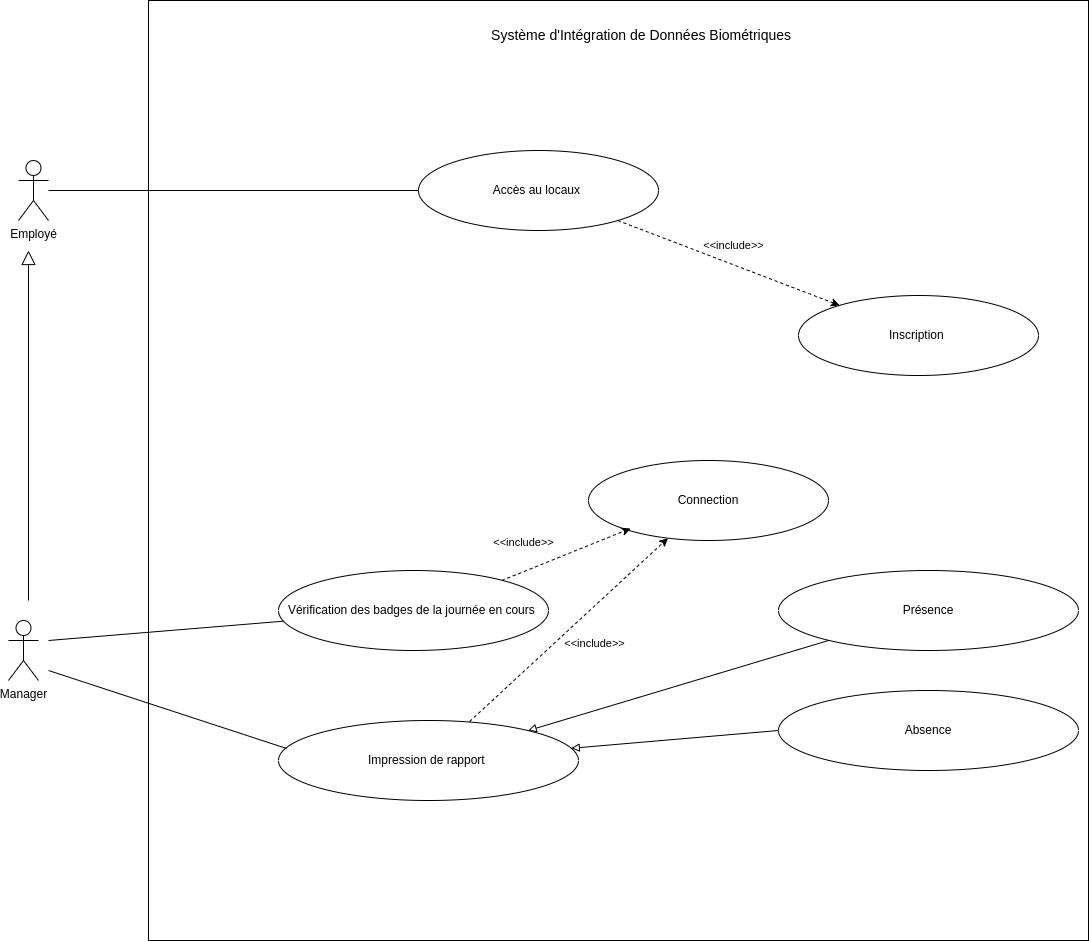
Earlier version of the draw.io export static/Diagramme de cas d'utilisation.drawio.png (Siluearsene/borne_biometrique). Source tidied: cells renumbered, new cells last; positions are measured from the earlier drawing's top-left corner, leaving out a move shared by most shapes. Source of this version:
```xml
<mxGraphModel>
  <root>
    <mxCell id="0" />
    <mxCell id="1" parent="0" />
    <mxCell id="2" value="Employé" style="shape=umlActor;verticalLabelPosition=bottom;verticalAlign=top;html=1;outlineConnect=0;" parent="1" vertex="1">
      <mxGeometry x="10" y="160" width="30" height="60" as="geometry" />
    </mxCell>
    <mxCell id="3" value="Manager" style="shape=umlActor;verticalLabelPosition=bottom;verticalAlign=top;html=1;" parent="1" vertex="1">
      <mxGeometry y="620" width="30" height="60" as="geometry" />
    </mxCell>
    <mxCell id="4" style="endArrow=block;endFill=0;endSize=12;html=1;rounded=0;" parent="1" edge="1">
      <mxGeometry relative="1" as="geometry">
        <mxPoint x="20" y="600" as="sourcePoint" />
        <mxPoint x="20" y="250" as="targetPoint" />
      </mxGeometry>
    </mxCell>
    <mxCell id="5" style="whiteSpace=wrap;html=1;" parent="1" vertex="1">
      <mxGeometry x="140" width="940" height="940" as="geometry" />
    </mxCell>
    <mxCell id="6" value="&lt;font style=&quot;font-size: 14px;&quot;&gt;Système d'Intégration de Données Biométriques&amp;nbsp;&lt;/font&gt;" style="text;html=1;strokeColor=none;fillColor=none;align=center;verticalAlign=middle;whiteSpace=wrap;rounded=0;" parent="1" vertex="1">
      <mxGeometry x="400" y="20" width="470" height="30" as="geometry" />
    </mxCell>
    <mxCell id="7" value="Accès au locaux&amp;nbsp;" style="ellipse;whiteSpace=wrap;html=1;" parent="1" vertex="1">
      <mxGeometry x="410" y="150" width="240" height="80" as="geometry" />
    </mxCell>
    <mxCell id="8" value="Connection" style="ellipse;whiteSpace=wrap;html=1;" parent="1" vertex="1">
      <mxGeometry x="580" y="460" width="240" height="80" as="geometry" />
    </mxCell>
    <mxCell id="9" value="Vérification des badges de la journée en cours&amp;nbsp;" style="ellipse;whiteSpace=wrap;html=1;" parent="1" vertex="1">
      <mxGeometry x="270" y="570" width="270" height="80" as="geometry" />
    </mxCell>
    <mxCell id="10" value="Présence" style="ellipse;whiteSpace=wrap;html=1;" parent="1" vertex="1">
      <mxGeometry x="770" y="570" width="300" height="80" as="geometry" />
    </mxCell>
    <mxCell id="11" value="Impression de rapport&amp;nbsp;" style="ellipse;whiteSpace=wrap;html=1;" parent="1" vertex="1">
      <mxGeometry x="270" y="720" width="300" height="80" as="geometry" />
    </mxCell>
    <mxCell id="12" value="Absence" style="ellipse;whiteSpace=wrap;html=1;" parent="1" vertex="1">
      <mxGeometry x="770" y="690" width="300" height="80" as="geometry" />
    </mxCell>
    <mxCell id="13" style="endArrow=block;html=1;rounded=0;endFill=0;exitX=0;exitY=0.5;exitDx=0;exitDy=0;" parent="1" edge="1" source="12" target="11">
      <mxGeometry relative="1" as="geometry" />
    </mxCell>
    <mxCell id="14" style="endArrow=block;html=1;rounded=0;endFill=0;" parent="1" edge="1" source="10" target="11">
      <mxGeometry relative="1" as="geometry" />
    </mxCell>
    <mxCell id="15" style="endArrow=classic;html=1;rounded=0;dashed=1;exitX=0.637;exitY=0.013;exitDx=0;exitDy=0;exitPerimeter=0;" parent="1" edge="1" source="11" target="8">
      <mxGeometry relative="1" as="geometry" />
    </mxCell>
    <mxCell id="16" value="&lt;font style=&quot;font-size: 11px;&quot;&gt;&amp;lt;&amp;lt;include&amp;gt;&lt;/font&gt;&amp;gt;" style="edgeLabel;html=1;align=center;verticalAlign=middle;" parent="15" vertex="1">
      <mxGeometry x="-0.08" y="2" relative="1" as="geometry">
        <mxPoint x="34" y="8" as="offset" />
      </mxGeometry>
    </mxCell>
    <mxCell id="17" style="endArrow=none;html=1;rounded=0;" parent="1" edge="1" target="9">
      <mxGeometry relative="1" as="geometry">
        <mxPoint x="40" y="640" as="sourcePoint" />
      </mxGeometry>
    </mxCell>
    <mxCell id="18" style="endArrow=none;html=1;rounded=0;entryX=0.027;entryY=0.35;entryDx=0;entryDy=0;entryPerimeter=0;" parent="1" edge="1" target="11">
      <mxGeometry relative="1" as="geometry">
        <mxPoint x="40" y="670" as="sourcePoint" />
      </mxGeometry>
    </mxCell>
    <mxCell id="19" value="Inscription&amp;nbsp;" style="ellipse;whiteSpace=wrap;html=1;" parent="1" vertex="1">
      <mxGeometry x="790" y="295" width="240" height="80" as="geometry" />
    </mxCell>
    <mxCell id="20" style="endArrow=classic;html=1;rounded=0;dashed=1;entryX=0.175;entryY=0.85;entryDx=0;entryDy=0;entryPerimeter=0;" parent="1" edge="1" target="8">
      <mxGeometry relative="1" as="geometry">
        <mxPoint x="493.2" y="580" as="sourcePoint" />
      </mxGeometry>
    </mxCell>
    <mxCell id="21" value="&lt;font style=&quot;font-size: 11px;&quot;&gt;&amp;lt;&amp;lt;include&amp;gt;&lt;/font&gt;&amp;gt;" style="edgeLabel;html=1;align=center;verticalAlign=middle;" parent="20" vertex="1">
      <mxGeometry x="-0.08" y="2" relative="1" as="geometry">
        <mxPoint x="-37" y="-13" as="offset" />
      </mxGeometry>
    </mxCell>
    <mxCell id="22" style="endArrow=classic;html=1;rounded=0;dashed=1;" parent="1" edge="1" source="7" target="19">
      <mxGeometry relative="1" as="geometry" />
    </mxCell>
    <mxCell id="23" value="&lt;font style=&quot;font-size: 11px;&quot;&gt;&amp;lt;&amp;lt;include&amp;gt;&lt;/font&gt;&amp;gt;" style="edgeLabel;html=1;align=center;verticalAlign=middle;" parent="22" vertex="1">
      <mxGeometry x="-0.08" y="2" relative="1" as="geometry">
        <mxPoint x="12" y="-13" as="offset" />
      </mxGeometry>
    </mxCell>
    <mxCell id="24" style="endArrow=none;html=1;rounded=0;" parent="1" edge="1" source="2">
      <mxGeometry relative="1" as="geometry">
        <mxPoint x="410" y="190" as="targetPoint" />
      </mxGeometry>
    </mxCell>
  </root>
</mxGraphModel>
```
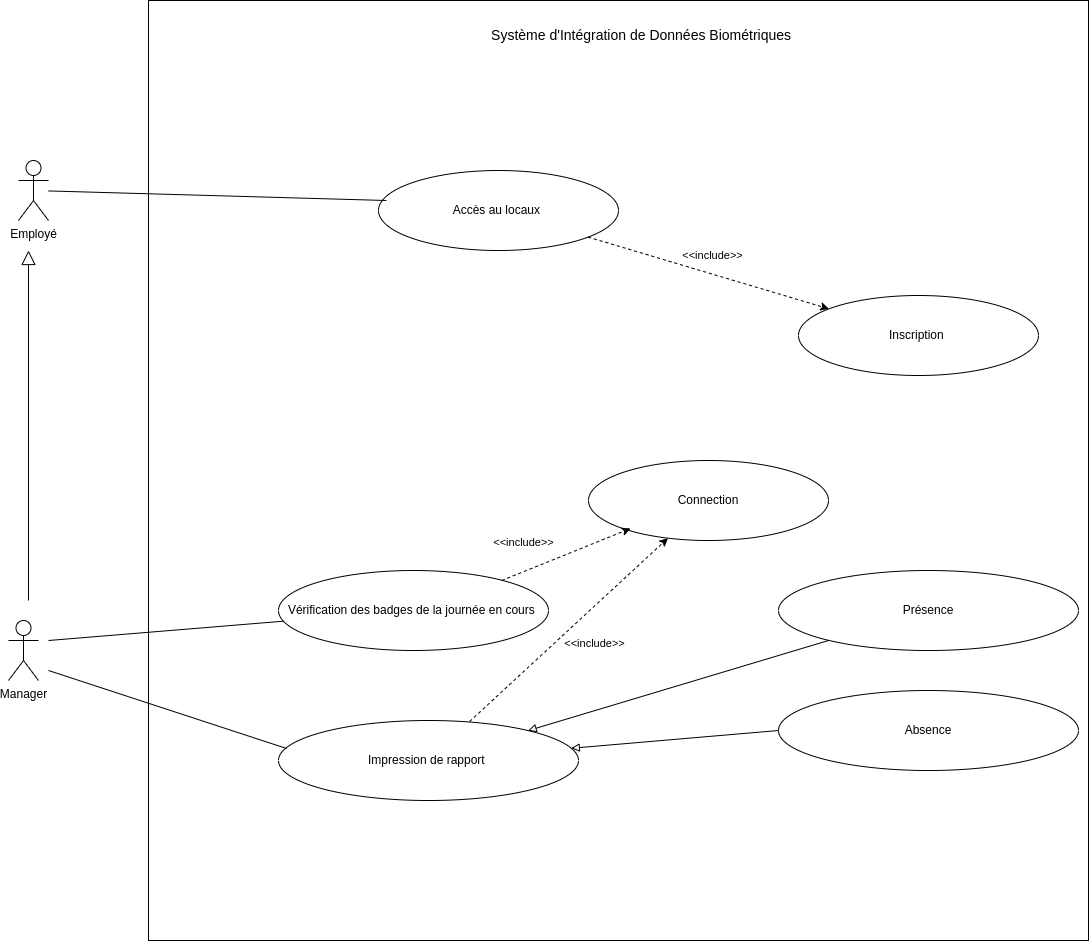
The same diagram one commit later.

Commit message:
Mettre à jour Diagramme de cas d'utilisation.drawio.png

Diff of the diagram source:
```diff
@@ -21,7 +21,7 @@
       <mxGeometry x="400" y="20" width="470" height="30" as="geometry" />
     </mxCell>
     <mxCell id="7" value="Accès au locaux&amp;nbsp;" style="ellipse;whiteSpace=wrap;html=1;" parent="1" vertex="1">
-      <mxGeometry x="410" y="150" width="240" height="80" as="geometry" />
+      <mxGeometry x="370" y="170" width="240" height="80" as="geometry" />
     </mxCell>
     <mxCell id="8" value="Connection" style="ellipse;whiteSpace=wrap;html=1;" parent="1" vertex="1">
       <mxGeometry x="580" y="460" width="240" height="80" as="geometry" />
@@ -83,10 +83,8 @@
         <mxPoint x="12" y="-13" as="offset" />
       </mxGeometry>
     </mxCell>
-    <mxCell id="24" style="endArrow=none;html=1;rounded=0;" parent="1" edge="1" source="2">
-      <mxGeometry relative="1" as="geometry">
-        <mxPoint x="410" y="190" as="targetPoint" />
-      </mxGeometry>
+    <mxCell id="24" style="endArrow=none;html=1;rounded=0;entryX=0.033;entryY=0.375;entryDx=0;entryDy=0;entryPerimeter=0;" parent="1" edge="1" source="2" target="7">
+      <mxGeometry relative="1" as="geometry" />
     </mxCell>
   </root>
 </mxGraphModel>
```
